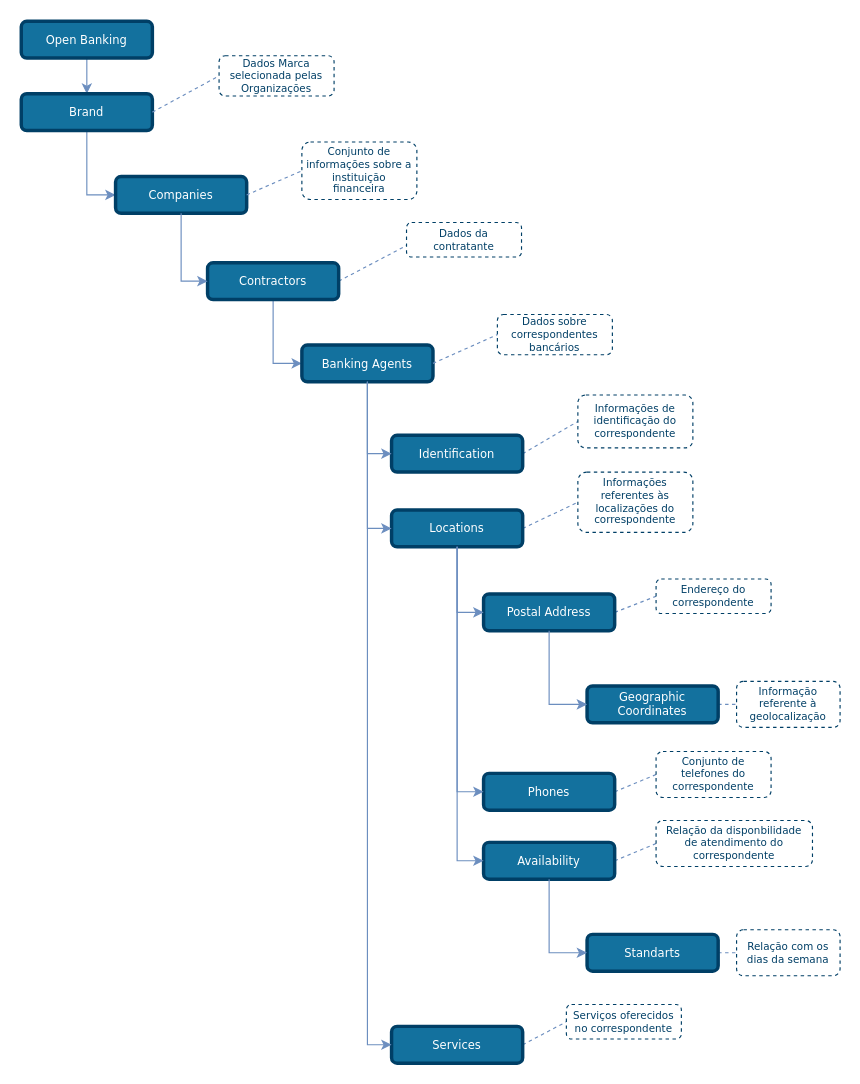
Above: draw_io_diagrams/TLD_Banking_Agents_v1.drawio in OpenBanking-Brasil/areadesenvolvedor (draw.io), before the change. Source tidied: cells renumbered, new cells numbered last; positions are measured from the earlier drawing's top-left corner, leaving out a move shared by most shapes. Both pictures are drawn from the tidied source at 115%, with x=0, y=0 at pixel (21, 21).
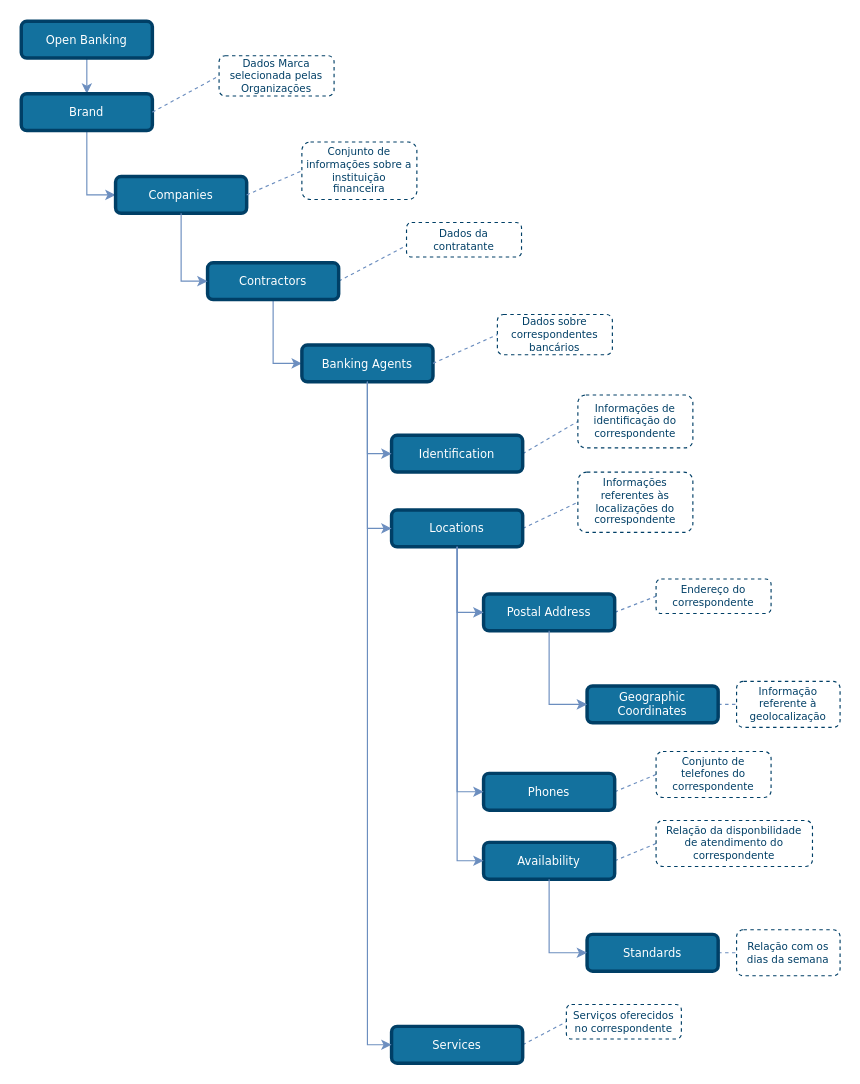
After the change.

Change to the diagram source:
```diff
@@
-    <mxCell id="44" value="Standarts" style="rounded=1;comic=0;shadow=0;backgroundOutline=0;snapToPoint=0;fixDash=0;strokeWidth=3;fontFamily=Verdana;fontStyle=0;labelBorderColor=none;labelBackgroundColor=none;whiteSpace=wrap;html=1;fontSize=10;fillColor=#13719E;strokeColor=#003F66;fontColor=#ffffff;" parent="1" vertex="1">
+    <mxCell id="44" value="Standards" style="rounded=1;comic=0;shadow=0;backgroundOutline=0;snapToPoint=0;fixDash=0;strokeWidth=3;fontFamily=Verdana;fontStyle=0;labelBorderColor=none;labelBackgroundColor=none;whiteSpace=wrap;html=1;fontSize=10;fillColor=#13719E;strokeColor=#003F66;fontColor=#ffffff;" parent="1" vertex="1">
       <mxGeometry x="492" y="794" width="114" height="32" as="geometry" />
     </mxCell>
```
